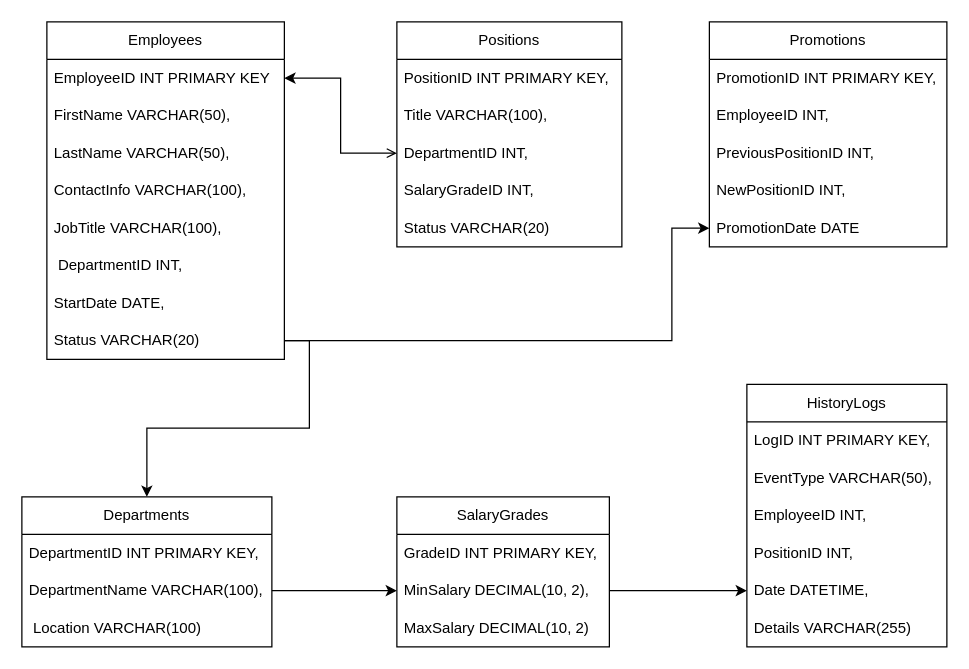
The draw.io diagram Untitled Diagram.drawio in Ynn0/Plantilla, before the edit. Source tidied: cells renumbered, new cells numbered last; positions are measured from the earlier drawing's top-left corner, leaving out a move shared by most shapes. Both pictures are drawn from the tidied source at 125%, with x=0, y=0 at pixel (21, 21).
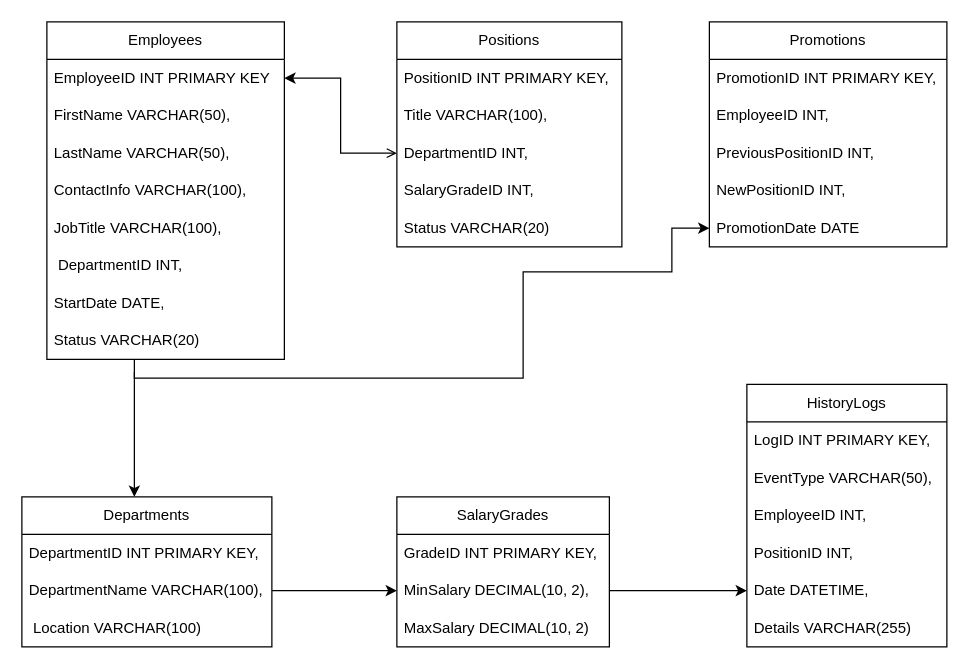
Above is the later version.

Unchanged cells that the change refers to:
```xml
<mxCell id="10" value="Status VARCHAR(20)" style="text;strokeColor=none;fillColor=none;align=left;verticalAlign=middle;spacingLeft=4;spacingRight=4;overflow=hidden;points=[[0,0.5],[1,0.5]];portConstraint=eastwest;whiteSpace=wrap;html=1;" parent="2" vertex="1">
  <mxGeometry y="240" width="190" height="30" as="geometry" />
</mxCell>
<mxCell id="22" value="PromotionDate DATE" style="text;strokeColor=none;fillColor=none;align=left;verticalAlign=middle;spacingLeft=4;spacingRight=4;overflow=hidden;points=[[0,0.5],[1,0.5]];portConstraint=eastwest;whiteSpace=wrap;html=1;" parent="17" vertex="1">
  <mxGeometry y="150" width="190" height="30" as="geometry" />
</mxCell>
<mxCell id="23" value="Departments" style="swimlane;fontStyle=0;horizontal=1;startSize=30;whiteSpace=wrap;html=1;" parent="1" vertex="1">
  <mxGeometry y="380" width="200" height="120" as="geometry" />
</mxCell>
```

The edit, as a diff of the source:
```diff
@@
-    <mxCell id="39" style="edgeStyle=orthogonalEdgeStyle;rounded=0;jettySize=auto;html=1;exitX=1;exitY=0.5;exitDx=0;exitDy=0;entryX=0;entryY=0.5;entryDx=0;entryDy=0;" parent="1" edge="1" source="10" target="22">
+    <mxCell id="39" style="edgeStyle=orthogonalEdgeStyle;rounded=0;jettySize=auto;html=1;entryX=0;entryY=0.5;entryDx=0;entryDy=0;" parent="1" edge="1" target="22">
       <mxGeometry relative="1" as="geometry">
+        <mxPoint x="90" y="270" as="sourcePoint" />
         <Array as="points">
-          <mxPoint x="520" y="255" />
+          <mxPoint x="90" y="285" />
+          <mxPoint x="401" y="285" />
+          <mxPoint x="401" y="200" />
+          <mxPoint x="520" y="200" />
           <mxPoint x="520" y="165" />
         </Array>
       </mxGeometry>
     </mxCell>
-    <mxCell id="40" style="edgeStyle=orthogonalEdgeStyle;rounded=0;jettySize=auto;html=1;exitX=1;exitY=0.5;exitDx=0;exitDy=0;entryX=0.5;entryY=0;entryDx=0;entryDy=0;" parent="1" edge="1" source="10" target="23">
-      <mxGeometry relative="1" as="geometry" />
-    </mxCell>
@@
+    <mxCell id="43" style="endArrow=classic;html=1;rounded=0;" parent="1" edge="1">
+      <mxGeometry relative="1" as="geometry">
+        <mxPoint x="90" y="280" as="sourcePoint" />
+        <mxPoint x="90" y="380" as="targetPoint" />
+      </mxGeometry>
+    </mxCell>
```
